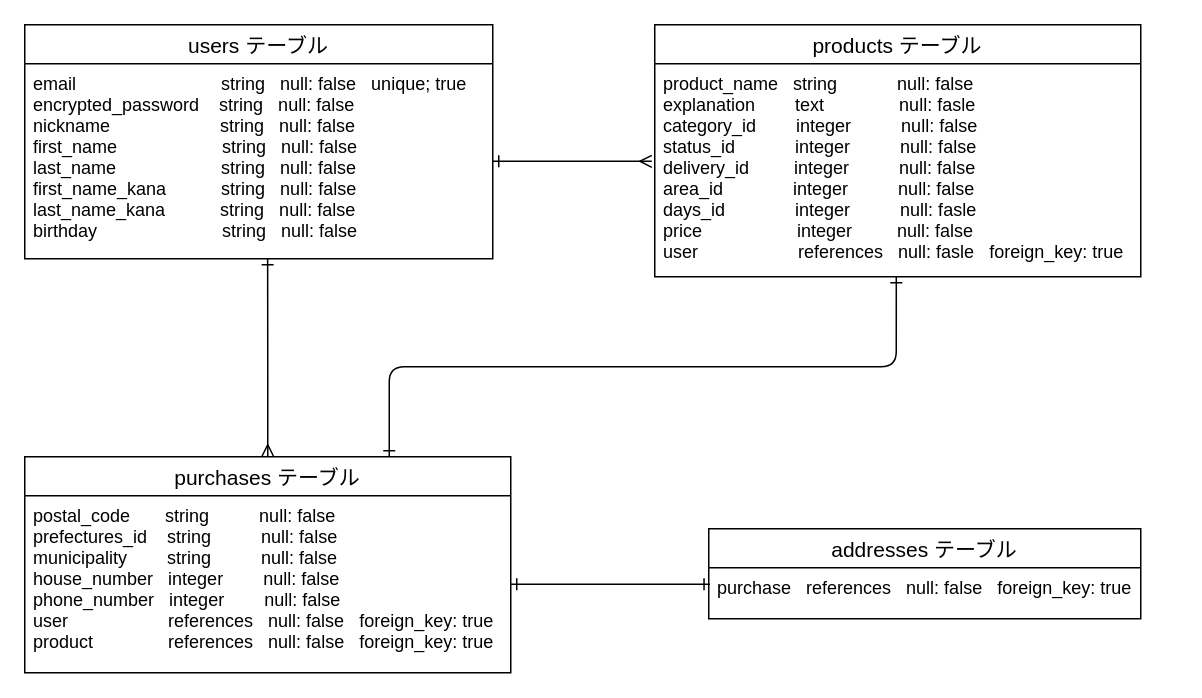
Above: furima.dio in koji509/furima-32143 (draw.io), before the change. Source tidied: cells renumbered, new cells numbered last; positions are measured from the earlier drawing's top-left corner, leaving out a move shared by most shapes. Both pictures are drawn from the tidied source at 150%, with x=0, y=0 at pixel (24, 24).
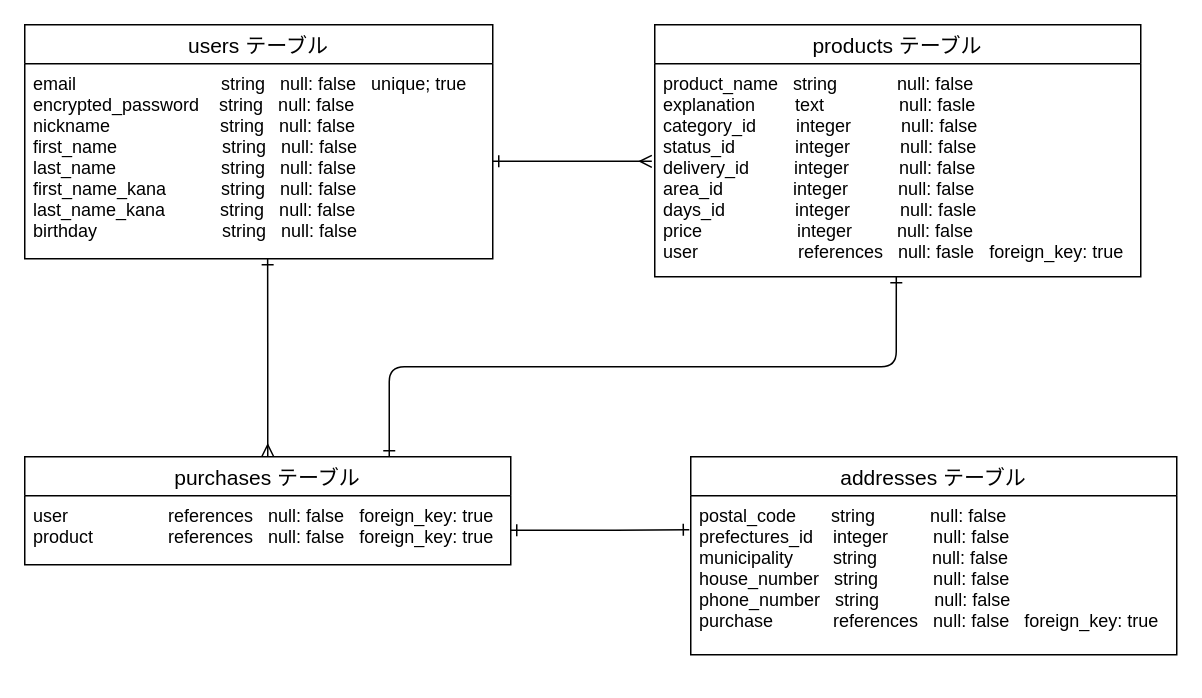
The same page after the edit.

Commit message (it also covers changes not shown here):
カラム型修正

Change to the diagram source:
```diff
@@
 <mxGraphModel>
   <root>
     <mxCell id="0" />
     <mxCell id="1" parent="0" />
     <mxCell id="2" value="users テーブル" style="swimlane;fontStyle=0;horizontal=1;startSize=26;align=center;fontSize=14;rounded=0;sketch=0;" parent="1" vertex="1">
       <mxGeometry width="312" height="156" as="geometry" />
     </mxCell>
     <mxCell id="3" value="email                             string   null: false   unique; true&#10;encrypted_password    string   null: false&#10;nickname                      string   null: false&#10;first_name                     string   null: false&#10;last_name                     string   null: false&#10;first_name_kana           string   null: false&#10;last_name_kana           string   null: false&#10;birthday                         string   null: false" style="text;strokeColor=none;fillColor=none;spacingLeft=4;spacingRight=4;overflow=hidden;points=[[0,0.5],[1,0.5]];portConstraint=eastwest;fontSize=12;" parent="2" vertex="1">
       <mxGeometry y="26" width="312" height="130" as="geometry" />
     </mxCell>
     <mxCell id="4" style="edgeStyle=orthogonalEdgeStyle;curved=0;rounded=1;sketch=0;jettySize=auto;html=1;exitX=0.5;exitY=0;exitDx=0;exitDy=0;entryX=0.519;entryY=1;entryDx=0;entryDy=0;entryPerimeter=0;startArrow=ERmany;startFill=0;endArrow=ERone;endFill=0;" parent="1" edge="1" source="6" target="3">
       <mxGeometry relative="1" as="geometry" />
     </mxCell>
     <mxCell id="5" style="edgeStyle=orthogonalEdgeStyle;curved=0;rounded=1;sketch=0;jettySize=auto;html=1;exitX=0.75;exitY=0;exitDx=0;exitDy=0;entryX=0.497;entryY=1;entryDx=0;entryDy=0;entryPerimeter=0;startArrow=ERone;startFill=0;endArrow=ERone;endFill=0;" parent="1" edge="1" source="6" target="13">
       <mxGeometry relative="1" as="geometry" />
     </mxCell>
     <mxCell id="6" value="purchases テーブル" style="swimlane;fontStyle=0;horizontal=1;startSize=26;align=center;fontSize=14;rounded=0;sketch=0;" parent="1" vertex="1">
-      <mxGeometry y="288" width="324" height="144" as="geometry" />
+      <mxGeometry y="288" width="324" height="72" as="geometry" />
     </mxCell>
-    <mxCell id="7" value="postal_code       string          null: false&#10;prefectures_id    string          null: false&#10;municipality        string          null: false&#10;house_number   integer        null: false&#10;phone_number   integer        null: false&#10;user                    references   null: false   foreign_key: true&#10;product               references   null: false   foreign_key: true" style="text;strokeColor=none;fillColor=none;spacingLeft=4;spacingRight=4;overflow=hidden;points=[[0,0.5],[1,0.5]];portConstraint=eastwest;fontSize=12;" parent="6" vertex="1">
-      <mxGeometry y="26" width="324" height="118" as="geometry" />
+    <mxCell id="7" value="user                    references   null: false   foreign_key: true&#10;product               references   null: false   foreign_key: true" style="text;strokeColor=none;fillColor=none;spacingLeft=4;spacingRight=4;overflow=hidden;points=[[0,0.5],[1,0.5]];portConstraint=eastwest;fontSize=12;" parent="6" vertex="1">
+      <mxGeometry y="26" width="324" height="46" as="geometry" />
     </mxCell>
     <mxCell id="8" style="edgeStyle=orthogonalEdgeStyle;curved=0;rounded=1;sketch=0;jettySize=auto;html=1;exitX=1;exitY=0.5;exitDx=0;exitDy=0;entryX=-0.006;entryY=0.458;entryDx=0;entryDy=0;entryPerimeter=0;startArrow=ERone;startFill=0;endArrow=ERmany;endFill=0;" parent="1" edge="1" source="3" target="13">
       <mxGeometry relative="1" as="geometry" />
     </mxCell>
+    <mxCell id="12" value="products テーブル" style="swimlane;fontStyle=0;horizontal=1;startSize=26;align=center;fontSize=14;rounded=0;sketch=0;" parent="1" vertex="1">
+      <mxGeometry x="420" width="324" height="168" as="geometry" />
+    </mxCell>
+    <mxCell id="13" value="product_name   string            null: false&#10;explanation        text               null: fasle&#10;category_id        integer          null: false&#10;status_id            integer          null: false&#10;delivery_id         integer          null: false&#10;area_id              integer          null: false&#10;days_id              integer          null: fasle&#10;price                   integer         null: false&#10;user                    references   null: fasle   foreign_key: true" style="text;fillColor=none;spacingLeft=4;spacingRight=4;overflow=hidden;points=[[0,0.5],[1,0.5]];portConstraint=eastwest;fontSize=12;" parent="12" vertex="1">
+      <mxGeometry y="26" width="324" height="142" as="geometry" />
+    </mxCell>
     <mxCell id="9" value="addresses テーブル" style="swimlane;fontStyle=0;horizontal=1;startSize=26;align=center;fontSize=14;rounded=0;sketch=0;" parent="1" vertex="1">
-      <mxGeometry x="456" y="336" width="288" height="60" as="geometry" />
+      <mxGeometry x="444" y="288" width="324" height="132" as="geometry" />
     </mxCell>
-    <mxCell id="10" value="purchase   references   null: false   foreign_key: true" style="text;strokeColor=none;fillColor=none;spacingLeft=4;spacingRight=4;overflow=hidden;points=[[0,0.5],[1,0.5]];portConstraint=eastwest;fontSize=12;" parent="9" vertex="1">
-      <mxGeometry y="26" width="288" height="34" as="geometry" />
+    <mxCell id="10" value="postal_code       string           null: false&#10;prefectures_id    integer         null: false&#10;municipality        string           null: false&#10;house_number   string           null: false&#10;phone_number   string           null: false&#10;purchase            references   null: false   foreign_key: true" style="text;strokeColor=none;fillColor=none;spacingLeft=4;spacingRight=4;overflow=hidden;points=[[0,0.5],[1,0.5]];portConstraint=eastwest;fontSize=12;" parent="9" vertex="1">
+      <mxGeometry y="26" width="324" height="106" as="geometry" />
     </mxCell>
-    <mxCell id="11" style="edgeStyle=orthogonalEdgeStyle;curved=0;rounded=1;sketch=0;jettySize=auto;html=1;exitX=1;exitY=0.5;exitDx=0;exitDy=0;entryX=0.003;entryY=0.324;entryDx=0;entryDy=0;entryPerimeter=0;startArrow=ERone;startFill=0;endArrow=ERone;endFill=0;" parent="1" edge="1" source="7" target="10">
+    <mxCell id="11" style="edgeStyle=orthogonalEdgeStyle;curved=0;rounded=1;sketch=0;jettySize=auto;html=1;exitX=1;exitY=0.5;exitDx=0;exitDy=0;entryX=-0.003;entryY=0.214;entryDx=0;entryDy=0;entryPerimeter=0;startArrow=ERone;startFill=0;endArrow=ERone;endFill=0;" parent="1" edge="1" source="7" target="10">
       <mxGeometry relative="1" as="geometry" />
     </mxCell>
-    <mxCell id="12" value="products テーブル" style="swimlane;fontStyle=0;horizontal=1;startSize=26;align=center;fontSize=14;rounded=0;sketch=0;" parent="1" vertex="1">
-      <mxGeometry x="420" width="324" height="168" as="geometry" />
-    </mxCell>
-    <mxCell id="13" value="product_name   string            null: false&#10;explanation        text               null: fasle&#10;category_id        integer          null: false&#10;status_id            integer          null: false&#10;delivery_id         integer          null: false&#10;area_id              integer          null: false&#10;days_id              integer          null: fasle&#10;price                   integer         null: false&#10;user                    references   null: fasle   foreign_key: true" style="text;fillColor=none;spacingLeft=4;spacingRight=4;overflow=hidden;points=[[0,0.5],[1,0.5]];portConstraint=eastwest;fontSize=12;" parent="12" vertex="1">
-      <mxGeometry y="26" width="324" height="142" as="geometry" />
-    </mxCell>
   </root>
 </mxGraphModel>
```
